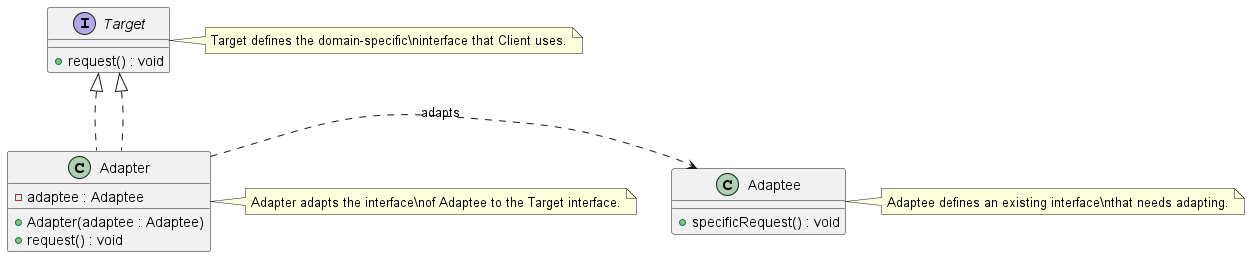
Above: Patterns/Manuscript/manuscript/images/ch06_Adapter/AdapterPatternClassDiagram.png in Gabriel-SoftwareAG/DesignPatterns (PlantUML), before the change.
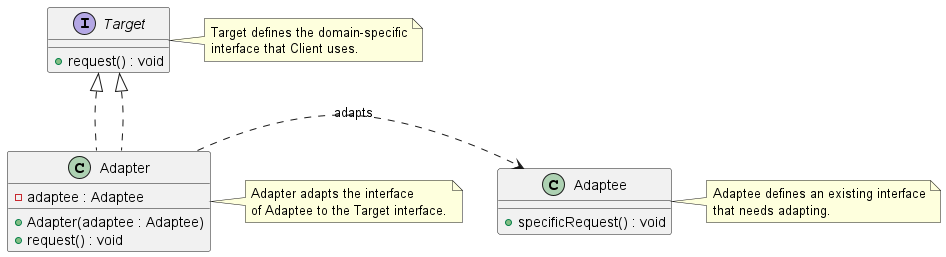
Later version of the same file.

The edit, as a diff of the source:
```diff
@@ -18,15 +18,18 @@
 Target <|.. Adapter
 
 note right of Target
-  Target defines the domain-specific\ninterface that Client uses.
+  Target defines the domain-specific
+  interface that Client uses.
 end note
 
 note right of Adaptee
-  Adaptee defines an existing interface\nthat needs adapting.
+  Adaptee defines an existing interface
+  that needs adapting.
 end note
 
 note right of Adapter
-  Adapter adapts the interface\nof Adaptee to the Target interface.
+  Adapter adapts the interface
+  of Adaptee to the Target interface.
 end note
 
 @enduml
```
